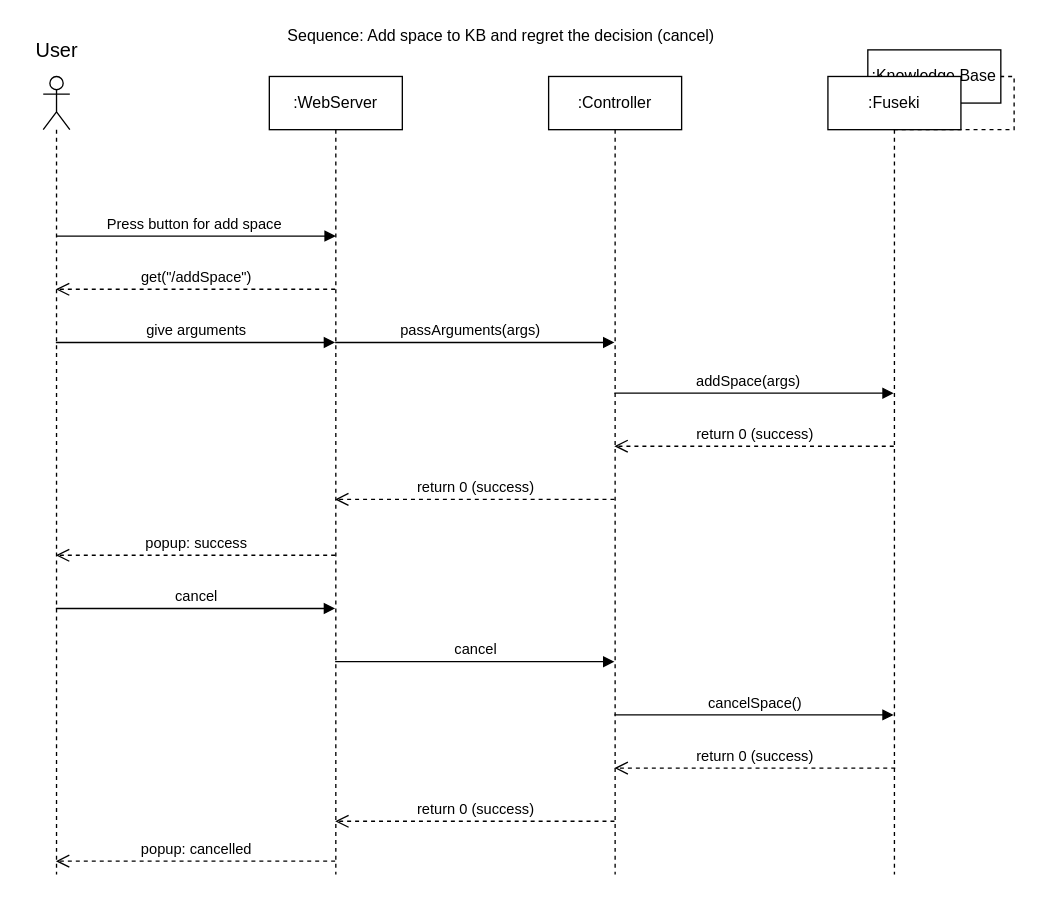
The draw.io diagram page "SeqAddSpace" (4 of 9) of Diagrams/Diagrams.drawio in Hallvaeb/automation-p2-construction-knowledge-base, before the edit. Source tidied: cells renumbered, new cells numbered last; positions are measured from the earlier drawing's top-left corner, leaving out a move shared by most shapes. Both pictures are drawn from the tidied source at 133%, with x=0, y=0 at pixel (23, 23).
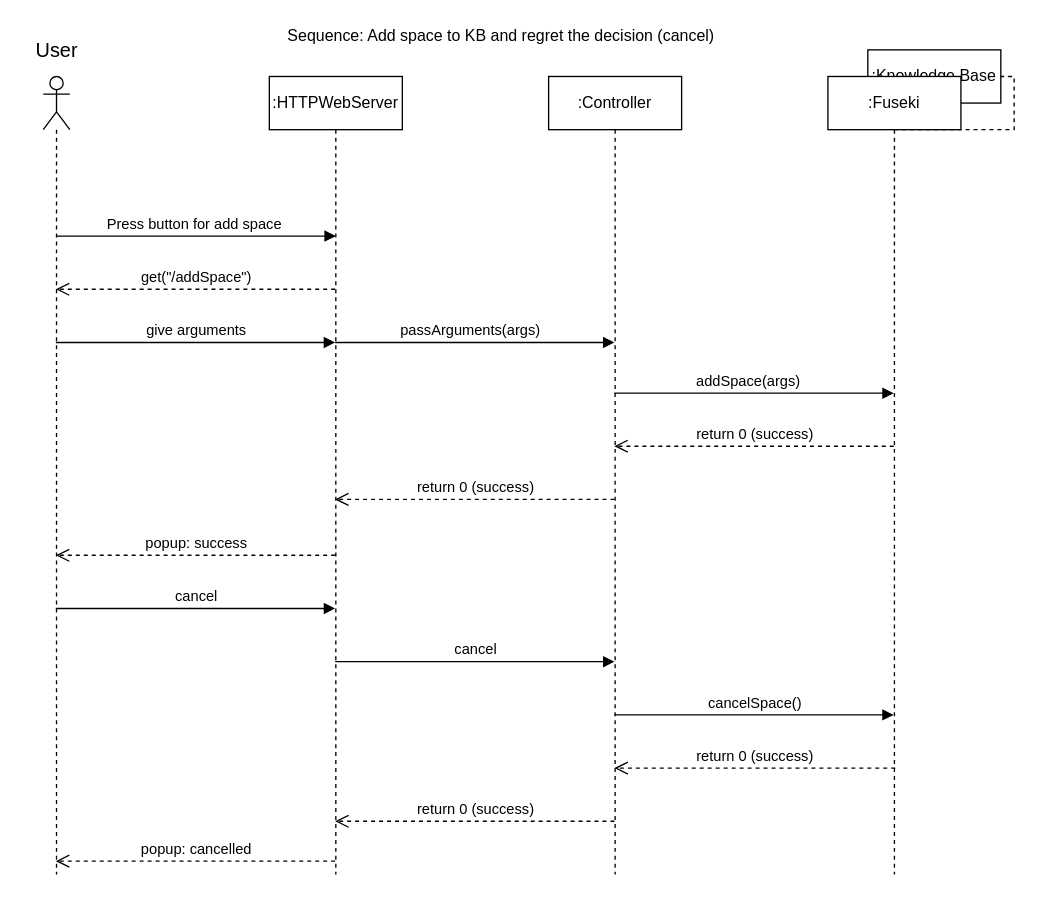
The same diagram, later.

Diff of the diagram source:
```diff
@@
-    <mxCell id="4" value=":WebServer" style="shape=umlLifeline;perimeter=lifelinePerimeter;whiteSpace=wrap;html=1;outlineConnect=0;" parent="1" vertex="1">
+    <mxCell id="4" value=":HTTPWebServer" style="shape=umlLifeline;perimeter=lifelinePerimeter;whiteSpace=wrap;html=1;outlineConnect=0;" parent="1" vertex="1">
       <mxGeometry x="185" y="40" width="100" height="600" as="geometry" />
     </mxCell>
```
